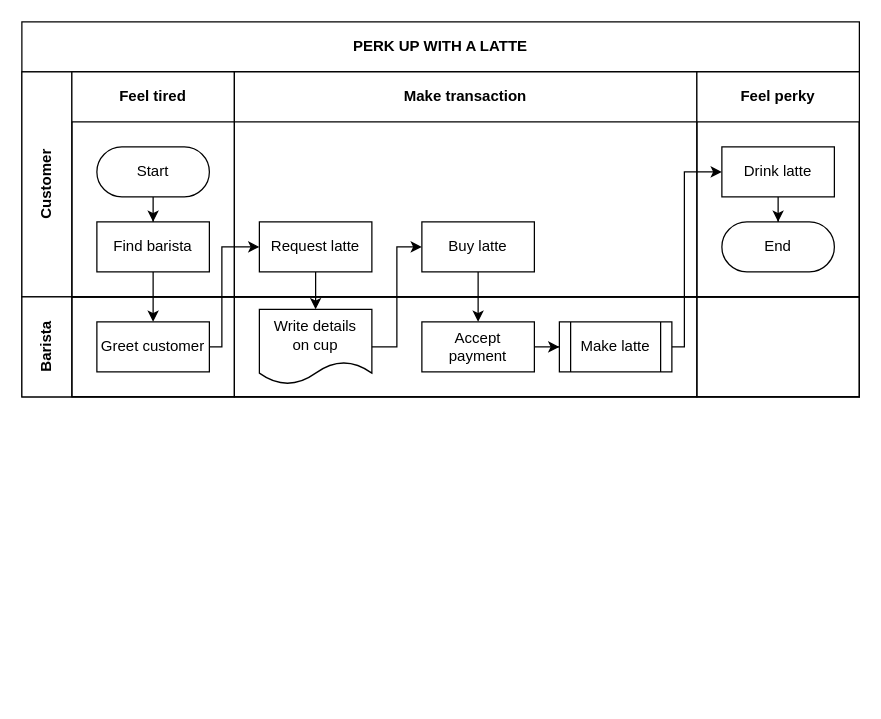
Earlier version of the draw.io diagram Untitled Diagram.drawio (willysierra/Mocolete). Source tidied: cells renumbered, new cells numbered last; positions are measured from the earlier drawing's top-left corner, leaving out a move shared by most shapes. Both pictures are drawn from the tidied source at 125%, with x=0, y=0 at pixel (21, 21).
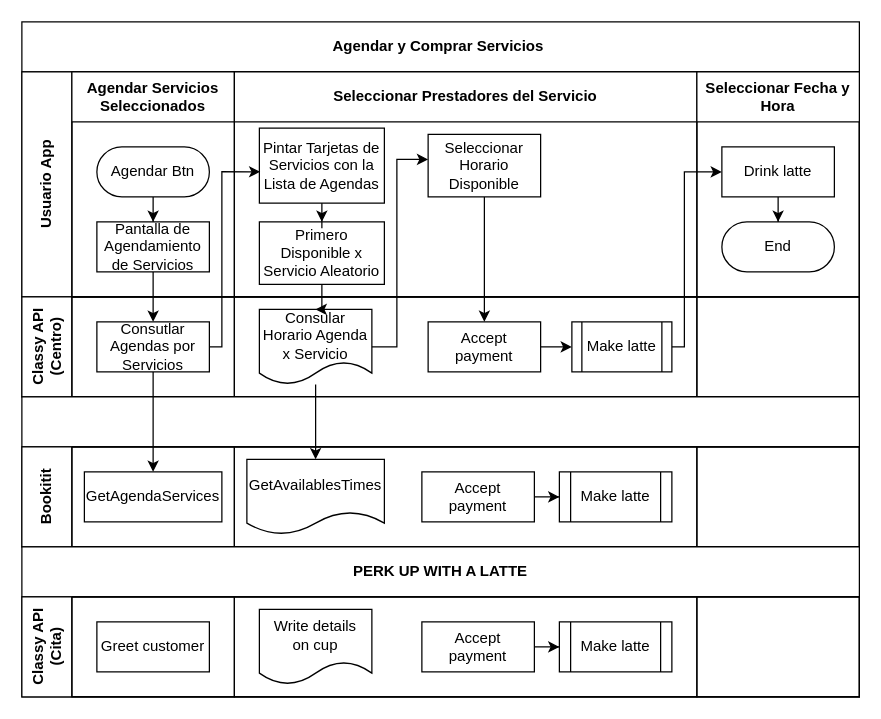
After the change.

Commit message:
FLujo de compra

Unchanged cells that the change refers to:
```xml
<mxCell id="17" style="swimlane;startSize=0;html=1;whiteSpace=wrap;" parent="16" vertex="1">
  <mxGeometry x="40" width="130" height="80" as="geometry" />
</mxCell>
<mxCell id="19" style="swimlane;startSize=0;html=1;whiteSpace=wrap;" parent="16" vertex="1">
  <mxGeometry x="170" width="370" height="80" as="geometry" />
</mxCell>
```

Change to the diagram source:
```diff
@@
-    <mxCell id="2" value="PERK UP WITH A LATTE" style="shape=table;childLayout=tableLayout;rowLines=0;columnLines=0;startSize=40;html=1;whiteSpace=wrap;fontStyle=1;" parent="1" vertex="1">
+    <mxCell id="2" value="Agendar y Comprar Servicios&amp;nbsp;" style="shape=table;childLayout=tableLayout;rowLines=0;columnLines=0;startSize=40;html=1;whiteSpace=wrap;fontStyle=1;" parent="1" vertex="1">
       <mxGeometry width="670" height="300" as="geometry" />
     </mxCell>
@@
-    <mxCell id="4" value="Customer" style="swimlane;horizontal=0;startSize=40;html=1;whiteSpace=wrap;" parent="2" vertex="1">
+    <mxCell id="4" value="Usuario App" style="swimlane;horizontal=0;startSize=40;html=1;whiteSpace=wrap;" parent="2" vertex="1">
       <mxGeometry y="40" width="670" height="180" as="geometry" />
     </mxCell>
-    <mxCell id="5" value="Feel tired" style="swimlane;startSize=40;html=1;whiteSpace=wrap;" parent="4" vertex="1">
+    <mxCell id="5" value="Agendar Servicios Seleccionados" style="swimlane;startSize=40;html=1;whiteSpace=wrap;" parent="4" vertex="1">
       <mxGeometry x="40" width="130" height="180" as="geometry" />
     </mxCell>
@@
-    <mxCell id="7" value="Start" style="rounded=1;whiteSpace=wrap;html=1;arcSize=50;" parent="5" vertex="1">
+    <mxCell id="7" value="Agendar Btn" style="rounded=1;whiteSpace=wrap;html=1;arcSize=50;" parent="5" vertex="1">
       <mxGeometry x="20" y="60" width="90" height="40" as="geometry" />
     </mxCell>
-    <mxCell id="8" value="Find barista" style="rounded=0;whiteSpace=wrap;html=1;" parent="5" vertex="1">
+    <mxCell id="8" value="Pantalla de Agendamiento de Servicios" style="rounded=0;whiteSpace=wrap;html=1;" parent="5" vertex="1">
       <mxGeometry x="20" y="120" width="90" height="40" as="geometry" />
     </mxCell>
-    <mxCell id="9" value="Make transaction" style="swimlane;startSize=40;html=1;whiteSpace=wrap;" parent="4" vertex="1">
+    <mxCell id="9" value="Seleccionar Prestadores del Servicio" style="swimlane;startSize=40;html=1;whiteSpace=wrap;" parent="4" vertex="1">
       <mxGeometry x="170" width="370" height="180" as="geometry" />
     </mxCell>
-    <mxCell id="10" value="Request latte" style="rounded=0;whiteSpace=wrap;html=1;" parent="9" vertex="1">
-      <mxGeometry x="20" y="120" width="90" height="40" as="geometry" />
+    <mxCell id="10" value="Primero Disponible x Servicio Aleatorio" style="rounded=0;whiteSpace=wrap;html=1;" parent="9" vertex="1">
+      <mxGeometry x="20" y="120" width="100" height="50" as="geometry" />
     </mxCell>
-    <mxCell id="11" value="Buy latte" style="rounded=0;whiteSpace=wrap;html=1;" parent="9" vertex="1">
-      <mxGeometry x="150" y="120" width="90" height="40" as="geometry" />
+    <mxCell id="11" value="Seleccionar Horario Disponible" style="rounded=0;whiteSpace=wrap;html=1;" parent="9" vertex="1">
+      <mxGeometry x="155" y="50" width="90" height="50" as="geometry" />
     </mxCell>
+    <mxCell id="30" style="edgeStyle=orthogonalEdgeStyle;rounded=0;jettySize=auto;html=1;" parent="9" edge="1" source="31" target="10">
+      <mxGeometry relative="1" as="geometry" />
+    </mxCell>
+    <mxCell id="31" value="Pintar Tarjetas de Servicios con la Lista de Agendas" style="rounded=0;whiteSpace=wrap;html=1;" parent="9" vertex="1">
+      <mxGeometry x="20" y="45" width="100" height="60" as="geometry" />
+    </mxCell>
-    <mxCell id="12" value="Feel perky" style="swimlane;startSize=40;html=1;whiteSpace=wrap;" parent="4" vertex="1">
+    <mxCell id="12" value="Seleccionar Fecha y Hora" style="swimlane;startSize=40;html=1;whiteSpace=wrap;" parent="4" vertex="1">
       <mxGeometry x="540" width="130" height="180" as="geometry" />
     </mxCell>
@@
-    <mxCell id="16" value="Barista" style="swimlane;horizontal=0;startSize=40;html=1;whiteSpace=wrap;" parent="2" vertex="1">
+    <mxCell id="16" value="Classy API (Centro)" style="swimlane;horizontal=0;startSize=40;html=1;whiteSpace=wrap;" parent="2" vertex="1">
       <mxGeometry y="220" width="670" height="80" as="geometry" />
     </mxCell>
@@
-    <mxCell id="18" value="Greet customer" style="rounded=0;whiteSpace=wrap;html=1;" parent="17" vertex="1">
+    <mxCell id="18" value="Consutlar Agendas por Servicios" style="rounded=0;whiteSpace=wrap;html=1;" parent="17" vertex="1">
       <mxGeometry x="20" y="20" width="90" height="40" as="geometry" />
     </mxCell>
@@
     <mxCell id="21" value="Accept&lt;br&gt;payment" style="rounded=0;whiteSpace=wrap;html=1;" parent="19" vertex="1">
-      <mxGeometry x="150" y="20" width="90" height="40" as="geometry" />
+      <mxGeometry x="155" y="20" width="90" height="40" as="geometry" />
     </mxCell>
-    <mxCell id="22" value="Write details&lt;br&gt;on cup" style="shape=document;whiteSpace=wrap;html=1;boundedLbl=1;" parent="19" vertex="1">
+    <mxCell id="22" value="Consular Horario Agenda x Servicio" style="shape=document;whiteSpace=wrap;html=1;boundedLbl=1;" parent="19" vertex="1">
       <mxGeometry x="20" y="10" width="90" height="60" as="geometry" />
     </mxCell>
     <mxCell id="23" value="Make latte" style="shape=process;whiteSpace=wrap;html=1;backgroundOutline=1;" parent="19" vertex="1">
-      <mxGeometry x="260" y="20" width="90" height="40" as="geometry" />
+      <mxGeometry x="270" y="20" width="80" height="40" as="geometry" />
     </mxCell>
@@
-    <mxCell id="25" style="edgeStyle=orthogonalEdgeStyle;rounded=0;jettySize=auto;html=1;" parent="2" edge="1" source="18" target="10">
+    <mxCell id="25" style="edgeStyle=orthogonalEdgeStyle;rounded=0;jettySize=auto;html=1;entryX=0.007;entryY=0.582;entryDx=0;entryDy=0;entryPerimeter=0;" parent="2" edge="1" source="18" target="31">
       <mxGeometry relative="1" as="geometry">
         <Array as="points">
           <mxPoint x="160" y="260" />
-          <mxPoint x="160" y="180" />
+          <mxPoint x="160" y="120" />
         </Array>
       </mxGeometry>
     </mxCell>
@@
     <mxCell id="27" style="edgeStyle=orthogonalEdgeStyle;rounded=0;jettySize=auto;html=1;" parent="2" edge="1" source="22" target="11">
       <mxGeometry relative="1" as="geometry">
         <Array as="points">
           <mxPoint x="300" y="260" />
-          <mxPoint x="300" y="180" />
+          <mxPoint x="300" y="110" />
         </Array>
       </mxGeometry>
     </mxCell>
@@
+    <mxCell id="32" style="shape=table;childLayout=tableLayout;rowLines=0;columnLines=0;startSize=40;html=1;whiteSpace=wrap;fontStyle=1;" parent="1" vertex="1">
+      <mxGeometry y="300" width="670" height="120" as="geometry" />
+    </mxCell>
+    <mxCell id="33" value="Bookitit" style="swimlane;horizontal=0;startSize=40;html=1;whiteSpace=wrap;" parent="32" vertex="1">
+      <mxGeometry y="40" width="670" height="80" as="geometry" />
+    </mxCell>
+    <mxCell id="34" style="swimlane;startSize=0;html=1;whiteSpace=wrap;" parent="33" vertex="1">
+      <mxGeometry x="40" width="130" height="80" as="geometry" />
+    </mxCell>
+    <mxCell id="35" value="GetAgendaServices" style="rounded=0;whiteSpace=wrap;html=1;" parent="34" vertex="1">
+      <mxGeometry x="10" y="20" width="110" height="40" as="geometry" />
+    </mxCell>
+    <mxCell id="36" style="swimlane;startSize=0;html=1;whiteSpace=wrap;" parent="33" vertex="1">
+      <mxGeometry x="170" width="370" height="80" as="geometry" />
+    </mxCell>
+    <mxCell id="37" style="edgeStyle=orthogonalEdgeStyle;rounded=0;jettySize=auto;html=1;" parent="36" edge="1" source="38" target="40">
+      <mxGeometry relative="1" as="geometry" />
+    </mxCell>
+    <mxCell id="38" value="Accept&lt;br&gt;payment" style="rounded=0;whiteSpace=wrap;html=1;" parent="36" vertex="1">
+      <mxGeometry x="150" y="20" width="90" height="40" as="geometry" />
+    </mxCell>
+    <mxCell id="39" value="GetAvailablesTimes" style="shape=document;whiteSpace=wrap;html=1;boundedLbl=1;" parent="36" vertex="1">
+      <mxGeometry x="10" y="10" width="110" height="60" as="geometry" />
+    </mxCell>
+    <mxCell id="40" value="Make latte" style="shape=process;whiteSpace=wrap;html=1;backgroundOutline=1;" parent="36" vertex="1">
+      <mxGeometry x="260" y="20" width="90" height="40" as="geometry" />
+    </mxCell>
+    <mxCell id="41" style="swimlane;startSize=0;html=1;whiteSpace=wrap;" parent="33" vertex="1">
+      <mxGeometry x="540" width="130" height="80" as="geometry" />
+    </mxCell>
+    <mxCell id="42" value="PERK UP WITH A LATTE" style="shape=table;childLayout=tableLayout;rowLines=0;columnLines=0;startSize=40;html=1;whiteSpace=wrap;fontStyle=1;" parent="1" vertex="1">
+      <mxGeometry y="420" width="670" height="120" as="geometry" />
+    </mxCell>
+    <mxCell id="43" value="Classy API (Cita)" style="swimlane;horizontal=0;startSize=40;html=1;whiteSpace=wrap;" parent="42" vertex="1">
+      <mxGeometry y="40" width="670" height="80" as="geometry" />
+    </mxCell>
+    <mxCell id="44" style="swimlane;startSize=0;html=1;whiteSpace=wrap;" parent="43" vertex="1">
+      <mxGeometry x="40" width="130" height="80" as="geometry" />
+    </mxCell>
+    <mxCell id="45" value="Greet customer" style="rounded=0;whiteSpace=wrap;html=1;" parent="44" vertex="1">
+      <mxGeometry x="20" y="20" width="90" height="40" as="geometry" />
+    </mxCell>
+    <mxCell id="46" style="swimlane;startSize=0;html=1;whiteSpace=wrap;" parent="43" vertex="1">
+      <mxGeometry x="170" width="370" height="80" as="geometry" />
+    </mxCell>
+    <mxCell id="47" style="edgeStyle=orthogonalEdgeStyle;rounded=0;jettySize=auto;html=1;" parent="46" edge="1" source="48" target="50">
+      <mxGeometry relative="1" as="geometry" />
+    </mxCell>
+    <mxCell id="48" value="Accept&lt;br&gt;payment" style="rounded=0;whiteSpace=wrap;html=1;" parent="46" vertex="1">
+      <mxGeometry x="150" y="20" width="90" height="40" as="geometry" />
+    </mxCell>
+    <mxCell id="49" value="Write details&lt;br&gt;on cup" style="shape=document;whiteSpace=wrap;html=1;boundedLbl=1;" parent="46" vertex="1">
+      <mxGeometry x="20" y="10" width="90" height="60" as="geometry" />
+    </mxCell>
+    <mxCell id="50" value="Make latte" style="shape=process;whiteSpace=wrap;html=1;backgroundOutline=1;" parent="46" vertex="1">
+      <mxGeometry x="260" y="20" width="90" height="40" as="geometry" />
+    </mxCell>
+    <mxCell id="51" style="swimlane;startSize=0;html=1;whiteSpace=wrap;" parent="43" vertex="1">
+      <mxGeometry x="540" width="130" height="80" as="geometry" />
+    </mxCell>
+    <mxCell id="52" style="edgeStyle=orthogonalEdgeStyle;rounded=0;jettySize=auto;html=1;" parent="1" edge="1" source="18" target="35">
+      <mxGeometry relative="1" as="geometry" />
+    </mxCell>
+    <mxCell id="53" style="edgeStyle=orthogonalEdgeStyle;rounded=0;jettySize=auto;html=1;" parent="1" edge="1" source="22" target="39">
+      <mxGeometry relative="1" as="geometry" />
+    </mxCell>
```
